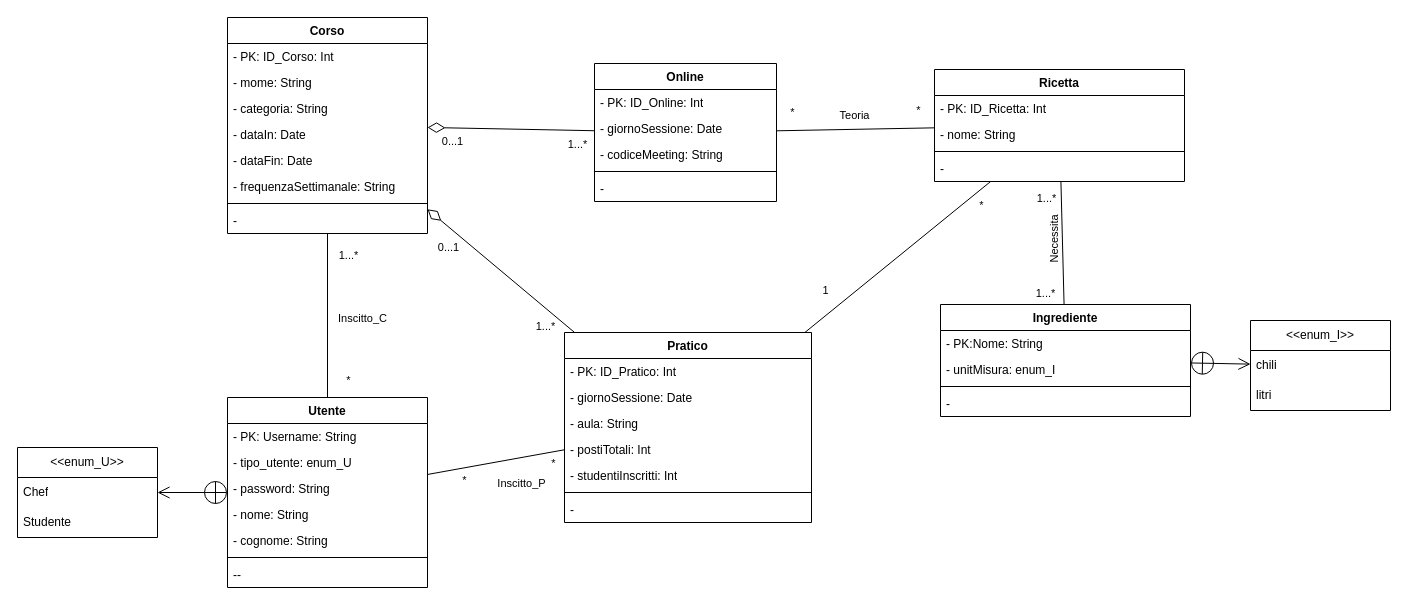
Earlier version of the draw.io diagram page "umlRistrutturato" (3 of 4) of bdd/uml/UML1.drawio (MetisWastaken/UninaFoodLab). Source tidied: cells renumbered, new cells numbered last; positions are measured from the earlier drawing's top-left corner, leaving out a move shared by most shapes. Both pictures are drawn from the tidied source at 100%, with x=0, y=0 at pixel (17, 17).
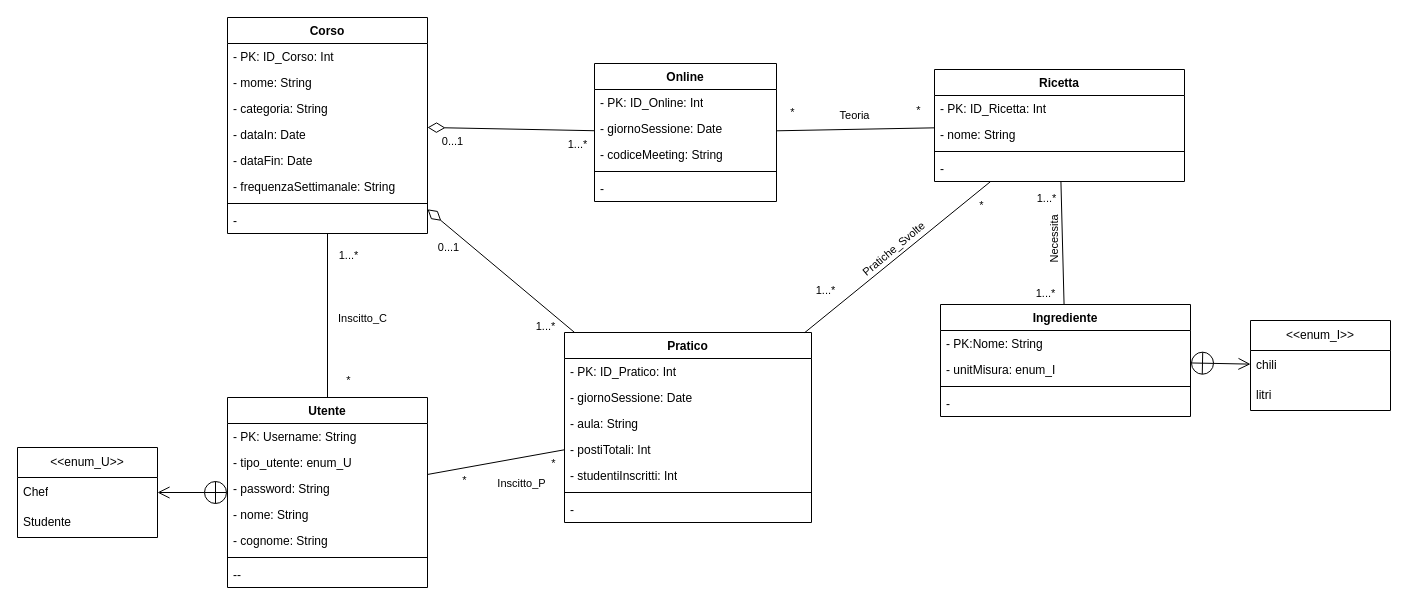
The same page after the edit.

Unchanged cells that the change refers to:
```xml
<mxCell id="49" style="edgeStyle=none;shape=connector;rounded=0;jettySize=auto;html=1;strokeColor=default;strokeWidth=1;align=center;verticalAlign=middle;endArrow=none;endFill=0;endSize=6;" parent="1" edge="1" source="25" target="37">
  <mxGeometry relative="1" as="geometry" />
</mxCell>
```

Diff of the diagram source:
```diff
@@
-    <mxCell id="51" value="1" style="edgeLabel;html=1;align=center;verticalAlign=middle;" parent="49" vertex="1">
+    <mxCell id="51" value="1...*" style="edgeLabel;html=1;align=center;verticalAlign=middle;" parent="49" vertex="1">
       <mxGeometry x="-0.67" y="-1" relative="1" as="geometry">
         <mxPoint x="-11" y="-19" as="offset" />
       </mxGeometry>
     </mxCell>
+    <mxCell id="76" value="Pratiche_Svolte" style="edgeLabel;html=1;align=center;verticalAlign=middle;rotation=-40;" parent="49" vertex="1">
+      <mxGeometry x="0.03" y="1" relative="1" as="geometry">
+        <mxPoint x="-7" y="-5" as="offset" />
+      </mxGeometry>
+    </mxCell>
```
